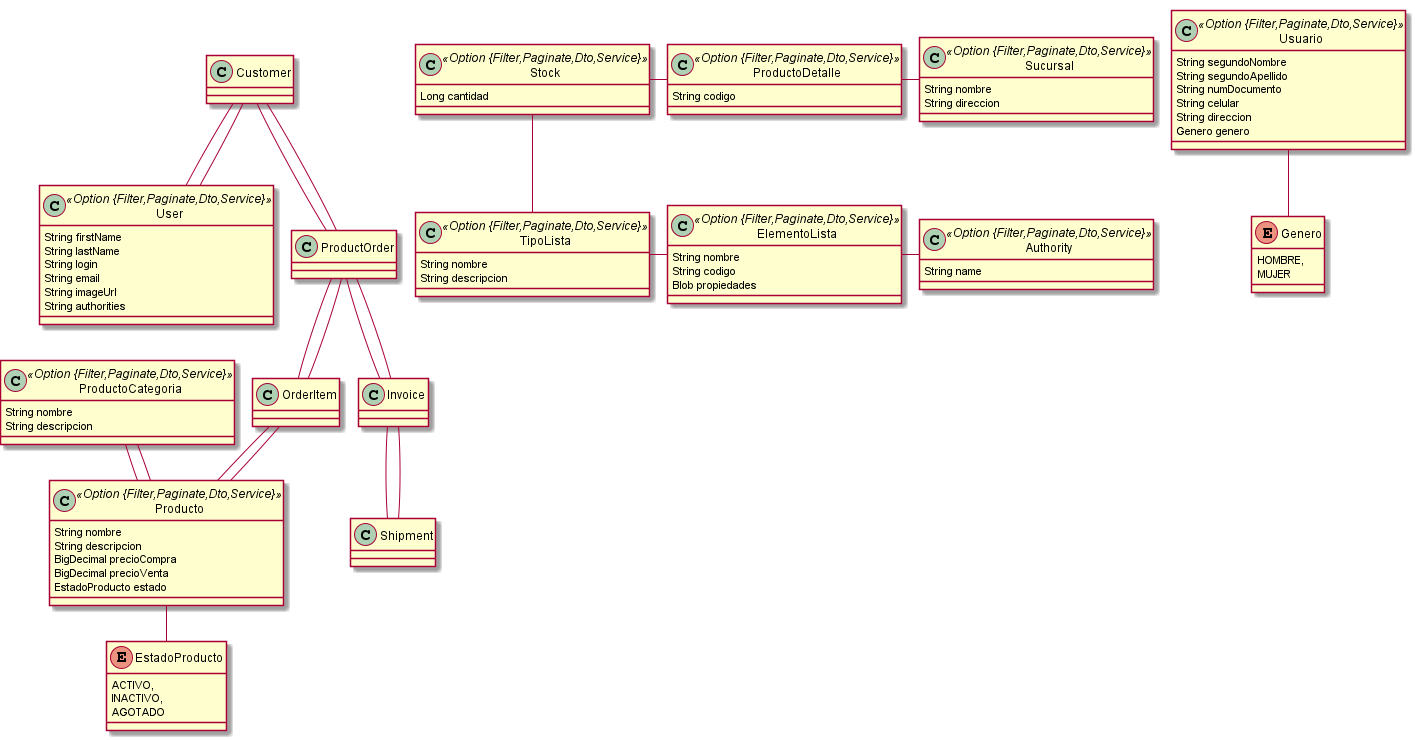
Before: inventario.png, a diagram exported from PlantUML (Nicolas3051/mitienda). Its diagram source:
```plantuml
@startuml
	!pragma graphviz_dot jdot
	!pragma syntax class
	class Producto <<Option {Filter,Paginate,Dto,Service}>> {
		String nombre
		String descripcion
		BigDecimal precioCompra
		BigDecimal precioVenta
		EstadoProducto estado
	}
	Producto ..> EstadoProducto
	class Stock <<Option {Filter,Paginate,Dto,Service}>> {
		Long cantidad
	}
	class ProductoDetalle <<Option {Filter,Paginate,Dto,Service}>> {
		String codigo
	}
	enum EstadoProducto {
		ACTIVO,
		INACTIVO,
		AGOTADO
	}
	class Sucursal <<Option {Filter,Paginate,Dto,Service}>> {
		String nombre
		String direccion
	}
	class Usuario <<Option {Filter,Paginate,Dto,Service}>> {
		String segundoNombre
		String segundoApellido
		String numDocumento
		String celular
		String direccion
		Genero genero
	}
	Usuario ..> Genero
	class TipoLista <<Option {Filter,Paginate,Dto,Service}>> {
		String nombre
		String descripcion
	}
	class ElementoLista <<Option {Filter,Paginate,Dto,Service}>> {
		String nombre
		String codigo
		Blob propiedades
	}
	class ProductoCategoria <<Option {Filter,Paginate,Dto,Service}>> {
		String nombre
		String descripcion
	}
	enum Genero {
		HOMBRE,
		MUJER
	}
	Customer  "user 0..1 " -- "0..1 "  User
	OrderItem  "producto 0..* " o-- "0..1 "  Producto
	Customer  "order 0..1 " --o "customer 0..* "  ProductOrder
	ProductOrder  "orderItem 0..1 " --o "order 0..* "  OrderItem
	ProductOrder  "invoice 0..1 " --o "order 0..* "  Invoice
	Invoice  "shipment 0..1 " --o "invoice 0..* "  Shipment
	ProductoCategoria  "producto 0..1 " --o "ProductoCategoria 0..* "  Producto
	Customer  "user(login) 0..1 " -- "0..1 "  User
	OrderItem  "producto(name) 0..* " o-- "0..1 "  Producto
	Customer  "order 0..1 " --o "customer(email) 0..* "  ProductOrder
	ProductOrder  "orderItem 0..1 " --o "order(code) 0..* "  OrderItem
	ProductOrder  "invoice 0..1 " --o "order(code) 0..* "  Invoice
	Invoice  "shipment 0..1 " --o "invoice(code) 0..* "  Shipment
	ProductoCategoria  "producto 0..1 " --o "ProductoCategoria(name) 0..* "  Producto
	class Authority <<Option {Filter,Paginate,Dto,Service}>> {
		String name
	}
	class User <<Option {Filter,Paginate,Dto,Service}>> {
		String firstName
		String lastName
		String login
		String email
		String imageUrl
		String authorities
	}
@enduml
```
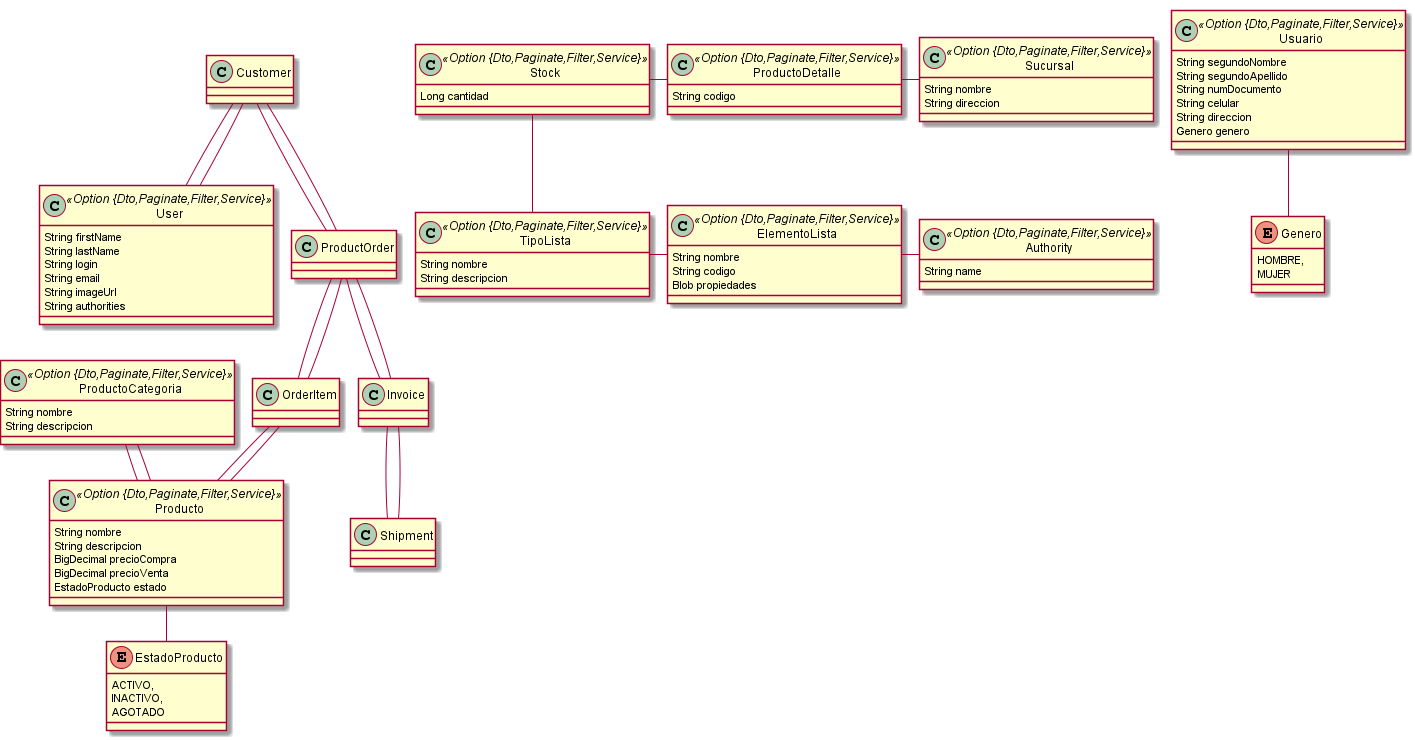
Later version of the same file.

What changed in the source:
```diff
@@ -1,7 +1,7 @@
 @startuml
 	!pragma graphviz_dot jdot
 	!pragma syntax class
-	class Producto <<Option {Filter,Paginate,Dto,Service}>> {
+	class Producto <<Option {Dto,Paginate,Filter,Service}>> {
 		String nombre
 		String descripcion
 		BigDecimal precioCompra
@@ -9,10 +9,10 @@
 		EstadoProducto estado
 	}
 	Producto ..> EstadoProducto
-	class Stock <<Option {Filter,Paginate,Dto,Service}>> {
+	class Stock <<Option {Dto,Paginate,Filter,Service}>> {
 		Long cantidad
 	}
-	class ProductoDetalle <<Option {Filter,Paginate,Dto,Service}>> {
+	class ProductoDetalle <<Option {Dto,Paginate,Filter,Service}>> {
 		String codigo
 	}
 	enum EstadoProducto {
@@ -20,11 +20,11 @@
 		INACTIVO,
 		AGOTADO
 	}
-	class Sucursal <<Option {Filter,Paginate,Dto,Service}>> {
+	class Sucursal <<Option {Dto,Paginate,Filter,Service}>> {
 		String nombre
 		String direccion
 	}
-	class Usuario <<Option {Filter,Paginate,Dto,Service}>> {
+	class Usuario <<Option {Dto,Paginate,Filter,Service}>> {
 		String segundoNombre
 		String segundoApellido
 		String numDocumento
@@ -33,16 +33,16 @@
 		Genero genero
 	}
 	Usuario ..> Genero
-	class TipoLista <<Option {Filter,Paginate,Dto,Service}>> {
+	class TipoLista <<Option {Dto,Paginate,Filter,Service}>> {
 		String nombre
 		String descripcion
 	}
-	class ElementoLista <<Option {Filter,Paginate,Dto,Service}>> {
+	class ElementoLista <<Option {Dto,Paginate,Filter,Service}>> {
 		String nombre
 		String codigo
 		Blob propiedades
 	}
-	class ProductoCategoria <<Option {Filter,Paginate,Dto,Service}>> {
+	class ProductoCategoria <<Option {Dto,Paginate,Filter,Service}>> {
 		String nombre
 		String descripcion
 	}
@@ -64,10 +64,10 @@
 	ProductOrder  "invoice 0..1 " --o "order(code) 0..* "  Invoice
 	Invoice  "shipment 0..1 " --o "invoice(code) 0..* "  Shipment
 	ProductoCategoria  "producto 0..1 " --o "ProductoCategoria(name) 0..* "  Producto
-	class Authority <<Option {Filter,Paginate,Dto,Service}>> {
+	class Authority <<Option {Dto,Paginate,Filter,Service}>> {
 		String name
 	}
-	class User <<Option {Filter,Paginate,Dto,Service}>> {
+	class User <<Option {Dto,Paginate,Filter,Service}>> {
 		String firstName
 		String lastName
 		String login
```
